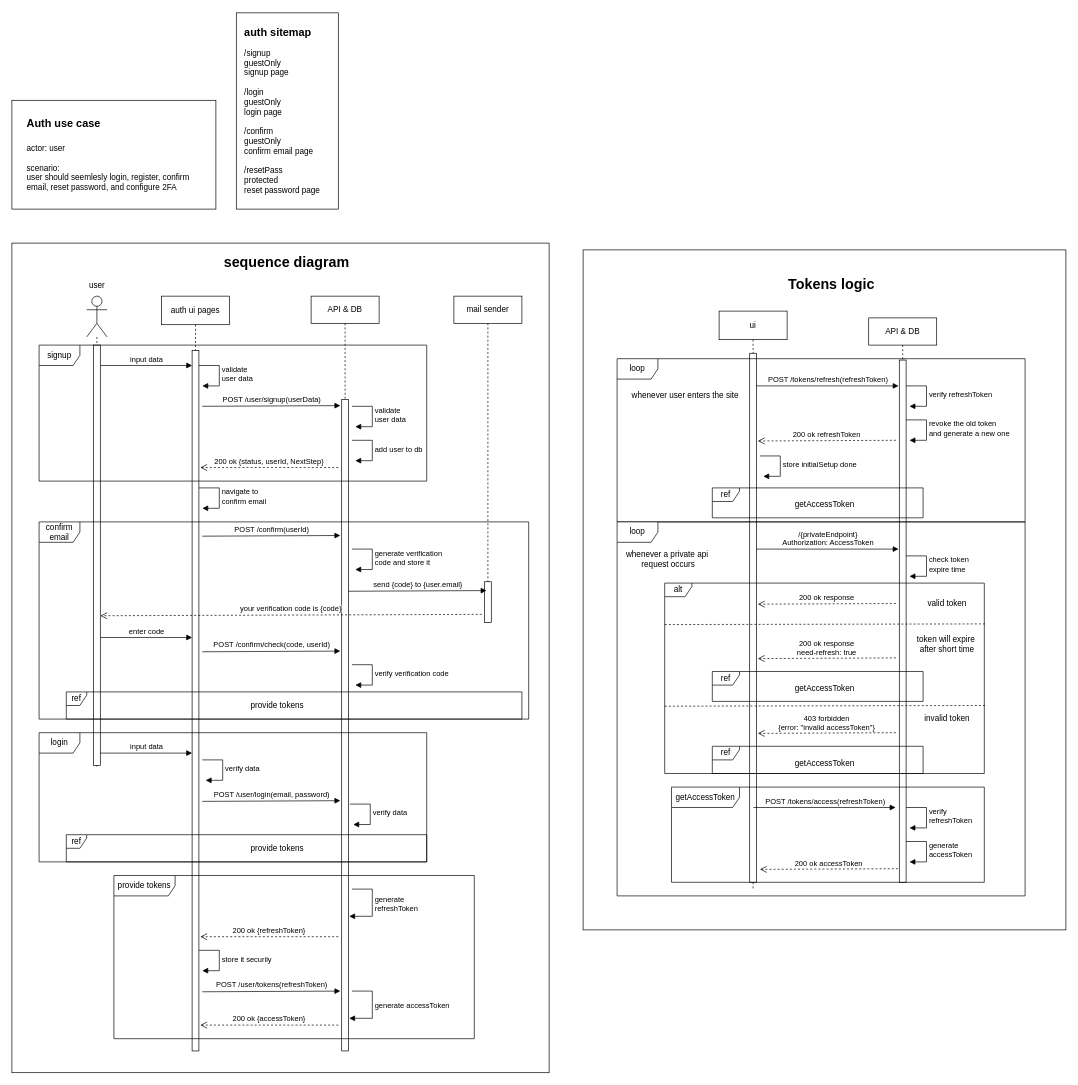
Above: page "Auth" (3 of 6) of pamylka.com.drawio in ahmed-elbehairy7/pamylka-system-design (draw.io), before the change. Source tidied: cells renumbered, new cells numbered last; positions are measured from the earlier drawing's top-left corner, leaving out a move shared by most shapes. Both pictures are drawn from the tidied source at 68%, with x=0, y=0 at pixel (12, 12).
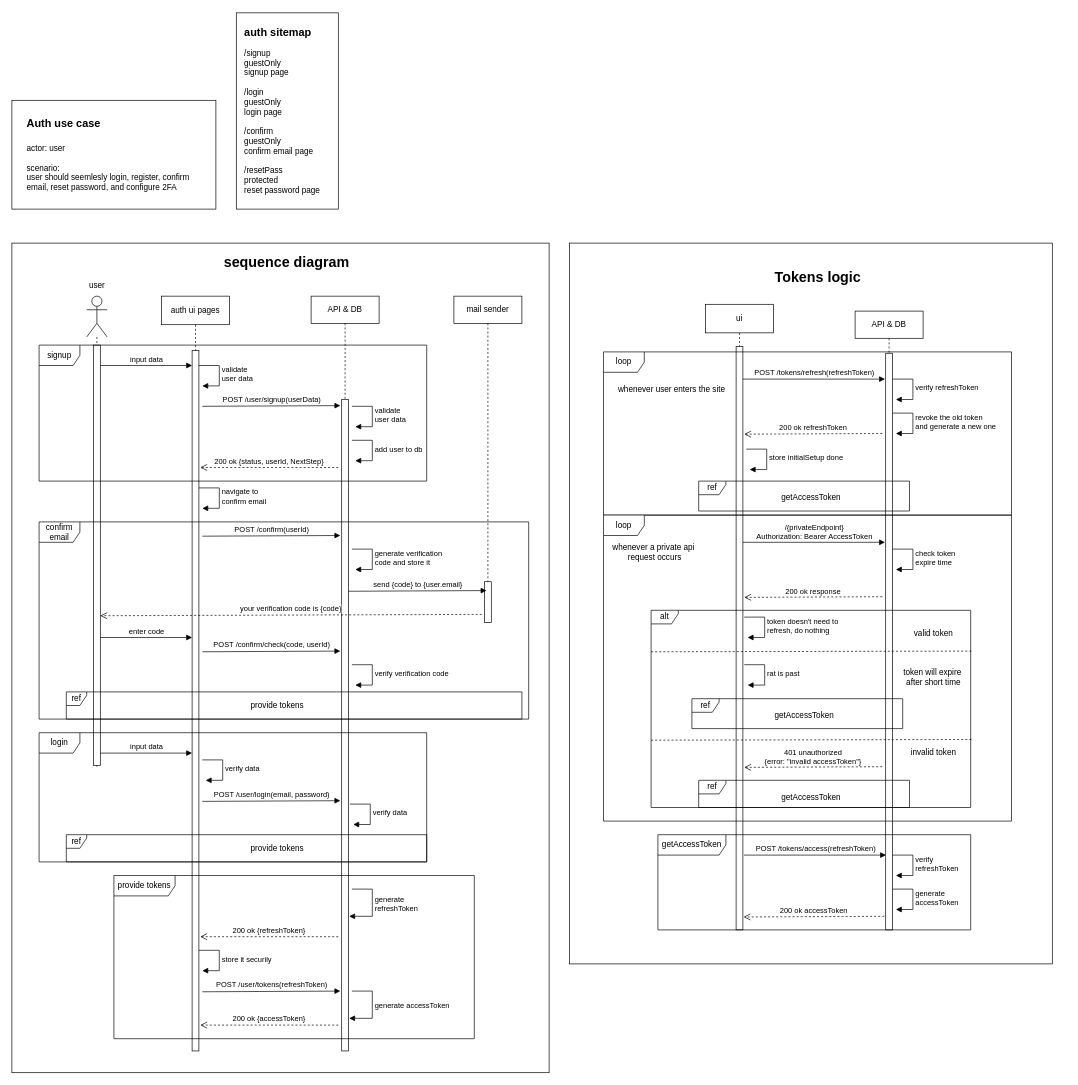
After the change.

Change to the diagram source:
```diff
@@
     <mxCell id="49" style="group;" parent="1" vertex="1">
-      <mxGeometry x="840" y="350" width="710" height="1000" as="geometry" />
+      <mxGeometry x="820" y="340" width="710" height="1060" as="geometry" />
     </mxCell>
     <mxCell id="50" style="rounded=0;whiteSpace=wrap;html=1;" parent="49" vertex="1">
-      <mxGeometry width="710" height="1000" as="geometry" />
+      <mxGeometry width="710" height="1060" as="geometry" />
     </mxCell>
     <mxCell id="51" value="ui" style="shape=umlLifeline;perimeter=lifelinePerimeter;whiteSpace=wrap;html=1;newEdgeStyle={&quot;curved&quot;:0,&quot;rounded&quot;:0};size=42;" parent="49" vertex="1">
-      <mxGeometry x="200" y="90" width="100" height="850" as="geometry" />
+      <mxGeometry x="200" y="90" width="100" height="920" as="geometry" />
     </mxCell>
     <mxCell id="52" style="html=1;perimeter=orthogonalPerimeter;targetShapes=umlLifeline;newEdgeStyle={&quot;curved&quot;:0,&quot;rounded&quot;:0};" parent="51" vertex="1">
-      <mxGeometry x="45" y="62" width="10" height="778" as="geometry" />
+      <mxGeometry x="45" y="62" width="10" height="858" as="geometry" />
     </mxCell>
     <mxCell id="53" value="API &amp;amp; DB" style="shape=umlLifeline;perimeter=lifelinePerimeter;whiteSpace=wrap;html=1;newEdgeStyle={&quot;curved&quot;:0,&quot;rounded&quot;:0};" parent="49" vertex="1">
-      <mxGeometry x="420" y="100" width="100" height="830" as="geometry" />
+      <mxGeometry x="420" y="100" width="100" height="910" as="geometry" />
     </mxCell>
     <mxCell id="54" style="html=1;perimeter=orthogonalPerimeter;targetShapes=umlLifeline;newEdgeStyle={&quot;curved&quot;:0,&quot;rounded&quot;:0};" parent="53" vertex="1">
-      <mxGeometry x="45" y="62" width="10" height="768" as="geometry" />
+      <mxGeometry x="45" y="62" width="10" height="848" as="geometry" />
     </mxCell>
@@
-    <mxCell id="56" value="/{privateEndpoint}&lt;div&gt;Authorization: AccessToken&lt;/div&gt;" style="html=1;verticalAlign=bottom;endArrow=block;curved=0;rounded=0;" parent="49" edge="1">
+    <mxCell id="56" value="/{privateEndpoint}&lt;div&gt;Authorization: Bearer AccessToken&lt;/div&gt;" style="html=1;verticalAlign=bottom;endArrow=block;curved=0;rounded=0;" parent="49" edge="1">
       <mxGeometry relative="1" as="geometry">
         <mxPoint x="255" y="440" as="sourcePoint" />
         <mxPoint x="464" y="440" as="targetPoint" />
       </mxGeometry>
     </mxCell>
     <mxCell id="57" value="alt" style="shape=umlFrame;whiteSpace=wrap;html=1;width=40;height=20;" parent="49" vertex="1">
-      <mxGeometry x="120" y="490" width="470" height="280" as="geometry" />
+      <mxGeometry x="120" y="540" width="470" height="290" as="geometry" />
     </mxCell>
     <mxCell id="58" value="valid token" style="text;html=1;align=center;verticalAlign=middle;strokeColor=none;fillColor=none;" parent="49" vertex="1">
-      <mxGeometry x="495" y="505" width="80" height="30" as="geometry" />
+      <mxGeometry x="495" y="560" width="80" height="30" as="geometry" />
     </mxCell>
     <mxCell id="59" value="200 ok accessToken" style="html=1;verticalAlign=bottom;endArrow=open;dashed=1;endSize=8;curved=0;rounded=0;" parent="49" edge="1">
       <mxGeometry relative="1" as="geometry">
-        <mxPoint x="463" y="910" as="sourcePoint" />
-        <mxPoint x="260" y="911" as="targetPoint" />
+        <mxPoint x="463" y="990" as="sourcePoint" />
+        <mxPoint x="256" y="991" as="targetPoint" />
       </mxGeometry>
     </mxCell>
     <mxCell id="60" style="endArrow=none;dashed=1;html=1;rounded=0;" parent="49" edge="1">
       <mxGeometry relative="1" as="geometry">
-        <mxPoint x="120" y="551" as="sourcePoint" />
-        <mxPoint x="591" y="550" as="targetPoint" />
+        <mxPoint x="120" y="601" as="sourcePoint" />
+        <mxPoint x="591" y="600" as="targetPoint" />
       </mxGeometry>
     </mxCell>
@@
     <mxCell id="63" value="POST /tokens/access(refreshToken)" style="html=1;verticalAlign=bottom;endArrow=block;curved=0;rounded=0;" parent="49" edge="1">
       <mxGeometry relative="1" as="geometry">
-        <mxPoint x="250.5" y="820" as="sourcePoint" />
-        <mxPoint x="459.5" y="820" as="targetPoint" />
+        <mxPoint x="256.5" y="900" as="sourcePoint" />
+        <mxPoint x="465.5" y="900" as="targetPoint" />
       </mxGeometry>
     </mxCell>
     <mxCell id="64" value="getAccessToken" style="text;html=1;align=center;verticalAlign=middle;strokeColor=none;fillColor=none;" parent="49" vertex="1">
-      <mxGeometry x="300" y="630" width="110" height="30" as="geometry" />
+      <mxGeometry x="290" y="680" width="110" height="30" as="geometry" />
     </mxCell>
     <mxCell id="65" value="token will expire&amp;nbsp;&lt;div&gt;after short time&lt;/div&gt;" style="text;html=1;align=center;verticalAlign=middle;strokeColor=none;fillColor=none;" parent="49" vertex="1">
-      <mxGeometry x="480" y="560" width="110" height="40" as="geometry" />
+      <mxGeometry x="480" y="618" width="110" height="40" as="geometry" />
     </mxCell>
-    <mxCell id="66" value="200 ok response&lt;div&gt;need-refresh: true&lt;/div&gt;" style="html=1;verticalAlign=bottom;endArrow=open;dashed=1;endSize=8;curved=0;rounded=0;" parent="49" edge="1">
-      <mxGeometry relative="1" as="geometry">
-        <mxPoint x="460" y="600" as="sourcePoint" />
-        <mxPoint x="257" y="601" as="targetPoint" />
-      </mxGeometry>
-    </mxCell>
     <mxCell id="67" value="ref" style="shape=umlFrame;whiteSpace=wrap;html=1;width=40;height=20;" parent="49" vertex="1">
-      <mxGeometry x="190" y="620" width="310" height="44" as="geometry" />
+      <mxGeometry x="180" y="670" width="310" height="44" as="geometry" />
     </mxCell>
     <mxCell id="68" style="endArrow=none;dashed=1;html=1;rounded=0;" parent="49" edge="1">
       <mxGeometry relative="1" as="geometry">
-        <mxPoint x="120" y="671" as="sourcePoint" />
-        <mxPoint x="591" y="670" as="targetPoint" />
+        <mxPoint x="120" y="731" as="sourcePoint" />
+        <mxPoint x="591" y="730" as="targetPoint" />
       </mxGeometry>
     </mxCell>
     <mxCell id="69" value="invalid token" style="text;html=1;align=center;verticalAlign=middle;strokeColor=none;fillColor=none;" parent="49" vertex="1">
-      <mxGeometry x="490" y="675" width="90" height="30" as="geometry" />
+      <mxGeometry x="490" y="735" width="90" height="30" as="geometry" />
     </mxCell>
-    <mxCell id="70" value="403 forbidden&lt;div&gt;{error: &quot;invalid accessToken&quot;}&lt;/div&gt;" style="html=1;verticalAlign=bottom;endArrow=open;dashed=1;endSize=8;curved=0;rounded=0;" parent="49" edge="1">
+    <mxCell id="70" value="401 unauthorized&lt;div&gt;{error: &quot;invalid accessToken&quot;}&lt;/div&gt;" style="html=1;verticalAlign=bottom;endArrow=open;dashed=1;endSize=8;curved=0;rounded=0;" parent="49" edge="1">
       <mxGeometry relative="1" as="geometry">
-        <mxPoint x="460" y="710" as="sourcePoint" />
-        <mxPoint x="257" y="711" as="targetPoint" />
+        <mxPoint x="460" y="770" as="sourcePoint" />
+        <mxPoint x="257" y="771" as="targetPoint" />
       </mxGeometry>
     </mxCell>
     <mxCell id="71" value="getAccessToken" style="text;html=1;align=center;verticalAlign=middle;strokeColor=none;fillColor=none;" parent="49" vertex="1">
-      <mxGeometry x="300" y="740" width="110" height="30" as="geometry" />
+      <mxGeometry x="300" y="800" width="110" height="30" as="geometry" />
     </mxCell>
     <mxCell id="72" value="ref" style="shape=umlFrame;whiteSpace=wrap;html=1;width=40;height=20;" parent="49" vertex="1">
-      <mxGeometry x="190" y="730" width="310" height="40" as="geometry" />
+      <mxGeometry x="190" y="790" width="310" height="40" as="geometry" />
     </mxCell>
     <mxCell id="73" value="getAccessToken" style="shape=umlFrame;whiteSpace=wrap;html=1;width=100;height=30;" parent="49" vertex="1">
-      <mxGeometry x="130" y="790" width="460" height="140" as="geometry" />
+      <mxGeometry x="130" y="870" width="460" height="140" as="geometry" />
     </mxCell>
     <mxCell id="74" value="verify&amp;nbsp;&lt;div&gt;refreshToken&lt;/div&gt;" style="html=1;align=left;spacingLeft=2;endArrow=block;rounded=0;edgeStyle=orthogonalEdgeStyle;curved=0;rounded=0;" parent="49" edge="1">
       <mxGeometry relative="1" as="geometry">
-        <mxPoint x="475" y="820" as="sourcePoint" />
-        <mxPoint x="480" y="850" as="targetPoint" />
+        <mxPoint x="475" y="900" as="sourcePoint" />
+        <mxPoint x="480" y="930" as="targetPoint" />
         <Array as="points">
-          <mxPoint x="505" y="850" />
+          <mxPoint x="505" y="930" />
         </Array>
       </mxGeometry>
     </mxCell>
     <mxCell id="75" value="generate&lt;div&gt;accessToken&lt;/div&gt;" style="html=1;align=left;spacingLeft=2;endArrow=block;rounded=0;edgeStyle=orthogonalEdgeStyle;curved=0;rounded=0;" parent="49" edge="1">
       <mxGeometry relative="1" as="geometry">
-        <mxPoint x="475" y="870" as="sourcePoint" />
-        <mxPoint x="480" y="900" as="targetPoint" />
+        <mxPoint x="475" y="950" as="sourcePoint" />
+        <mxPoint x="480" y="980" as="targetPoint" />
         <Array as="points">
-          <mxPoint x="505" y="900" />
+          <mxPoint x="505" y="980" />
         </Array>
       </mxGeometry>
     </mxCell>
@@
     <mxCell id="85" value="loop" style="shape=umlFrame;whiteSpace=wrap;html=1;" parent="49" vertex="1">
-      <mxGeometry x="50" y="400" width="600" height="550" as="geometry" />
+      <mxGeometry x="50" y="400" width="600" height="450" as="geometry" />
     </mxCell>
@@
+    <mxCell id="90" value="rat is past" style="html=1;align=left;spacingLeft=2;endArrow=block;rounded=0;edgeStyle=orthogonalEdgeStyle;curved=0;rounded=0;" parent="49" edge="1">
+      <mxGeometry relative="1" as="geometry">
+        <mxPoint x="257" y="620" as="sourcePoint" />
+        <mxPoint x="262" y="650" as="targetPoint" />
+        <Array as="points">
+          <mxPoint x="287" y="650" />
+        </Array>
+      </mxGeometry>
+    </mxCell>
+    <mxCell id="91" value="token doesn't need to&lt;div&gt;refresh, do nothing&lt;/div&gt;" style="html=1;align=left;spacingLeft=2;endArrow=block;rounded=0;edgeStyle=orthogonalEdgeStyle;curved=0;rounded=0;" parent="49" edge="1">
+      <mxGeometry relative="1" as="geometry">
+        <mxPoint x="257" y="550" as="sourcePoint" />
+        <mxPoint x="262" y="580" as="targetPoint" />
+        <Array as="points">
+          <mxPoint x="287" y="580" />
+        </Array>
+      </mxGeometry>
+    </mxCell>
```
